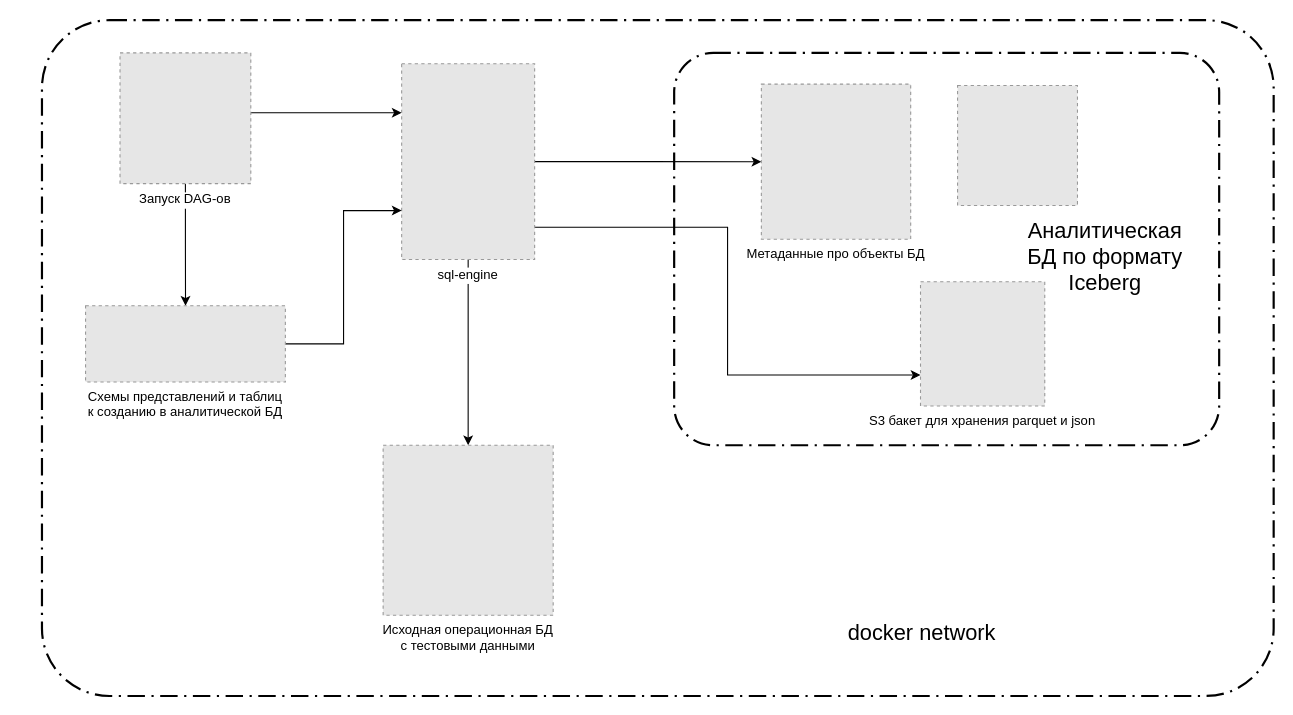
Before: diagram.drawio in artsh8/ice_demo, a draw.io diagram. Source tidied: cells renumbered, new cells numbered last; positions are measured from the earlier drawing's top-left corner, leaving out a move shared by most shapes. Both pictures are drawn from the tidied source at 109%, with x=0, y=0 at pixel (41, 20). Pictures stored in the file or linked from it are replaced by grey dashed boxes.
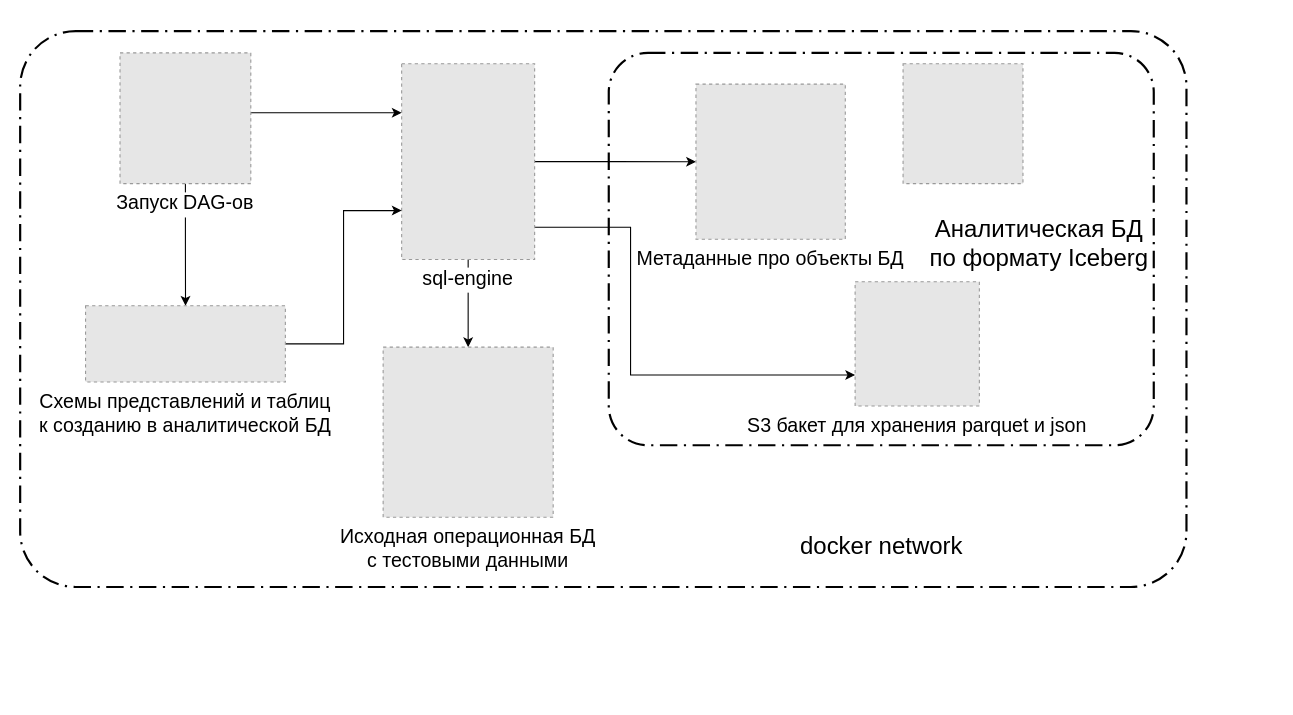
The same diagram, later.

Commit message (it also covers changes not shown here):
Увеличил шрифт на схеме

What changed in the source:
```diff
@@
     <mxCell id="2" style="rounded=1;arcSize=10;dashed=1;strokeColor=#000000;fillColor=none;gradientColor=none;dashPattern=8 3 1 3;strokeWidth=2;whiteSpace=wrap;fontSize=12;" parent="1" vertex="1">
-      <mxGeometry width="1130" height="620" as="geometry" />
+      <mxGeometry x="-20" y="10" width="1070" height="510" as="geometry" />
     </mxCell>
     <mxCell id="3" style="rounded=1;arcSize=10;dashed=1;strokeColor=#000000;fillColor=none;gradientColor=none;dashPattern=8 3 1 3;strokeWidth=2;whiteSpace=wrap;fontSize=12;" parent="1" vertex="1">
-      <mxGeometry x="580" y="30" width="500" height="360" as="geometry" />
+      <mxGeometry x="520" y="30" width="500" height="360" as="geometry" />
     </mxCell>
-    <mxCell id="4" value="S3 бакет для хранения parquet и json" style="fillColor=#E6E6E6;strokeColor=#999999;dashed=1;verticalLabelPosition=bottom;labelBackgroundColor=default;verticalAlign=top;" parent="1" vertex="1">
-      <mxGeometry x="806" y="240" width="114" height="114" as="geometry" />
+    <mxCell id="4" value="S3 бакет для хранения parquet и json" style="fillColor=#E6E6E6;strokeColor=#999999;dashed=1;verticalLabelPosition=bottom;labelBackgroundColor=default;verticalAlign=top;fontSize=18;" parent="1" vertex="1">
+      <mxGeometry x="746" y="240" width="114" height="114" as="geometry" />
     </mxCell>
-    <mxCell id="5" value="&lt;font style=&quot;font-size: 20px;&quot;&gt;docker network&lt;/font&gt;" style="text;html=1;strokeColor=none;fillColor=none;align=center;verticalAlign=middle;whiteSpace=wrap;rounded=0;fontSize=12;" parent="1" vertex="1">
-      <mxGeometry x="730" y="546" width="155" height="30" as="geometry" />
+    <mxCell id="5" value="&lt;font style=&quot;font-size: 22px;&quot;&gt;docker network&lt;/font&gt;" style="text;html=1;strokeColor=none;fillColor=none;align=center;verticalAlign=middle;whiteSpace=wrap;rounded=0;fontSize=12;" parent="1" vertex="1">
+      <mxGeometry x="692.5" y="470" width="155" height="26" as="geometry" />
     </mxCell>
@@
-    <mxCell id="8" value="Запуск DAG-ов" style="fillColor=#E6E6E6;strokeColor=#999999;dashed=1;verticalLabelPosition=bottom;labelBackgroundColor=default;verticalAlign=top;" parent="1" vertex="1">
+    <mxCell id="8" value="Запуск DAG-ов" style="fillColor=#E6E6E6;strokeColor=#999999;dashed=1;verticalLabelPosition=bottom;labelBackgroundColor=default;verticalAlign=top;fontSize=18;" parent="1" vertex="1">
       <mxGeometry x="71.6" y="30" width="120" height="120" as="geometry" />
     </mxCell>
     <mxCell id="9" style="edgeStyle=orthogonalEdgeStyle;rounded=0;jettySize=auto;html=1;entryX=0;entryY=0.75;entryDx=0;entryDy=0;" parent="1" edge="1" source="12" target="4">
       <mxGeometry relative="1" as="geometry">
         <Array as="points">
-          <mxPoint x="629" y="190" />
-          <mxPoint x="629" y="326" />
+          <mxPoint x="540" y="190" />
+          <mxPoint x="540" y="326" />
         </Array>
       </mxGeometry>
     </mxCell>
@@
-    <mxCell id="12" value="sql-engine" style="fillColor=#E6E6E6;strokeColor=#999999;dashed=1;verticalLabelPosition=bottom;labelBackgroundColor=default;verticalAlign=top;" parent="1" vertex="1">
+    <mxCell id="12" value="sql-engine" style="fillColor=#E6E6E6;strokeColor=#999999;dashed=1;verticalLabelPosition=bottom;labelBackgroundColor=default;verticalAlign=top;fontSize=18;" parent="1" vertex="1">
       <mxGeometry x="330" y="40" width="122" height="179.6" as="geometry" />
     </mxCell>
     <mxCell id="13" style="fillColor=#E6E6E6;strokeColor=#999999;dashed=1;verticalLabelPosition=bottom;labelBackgroundColor=default;verticalAlign=top;" parent="1" vertex="1">
-      <mxGeometry x="840" y="60" width="110" height="110" as="geometry" />
+      <mxGeometry x="790" y="40" width="110" height="110" as="geometry" />
     </mxCell>
-    <mxCell id="14" value="Исходная операционная БД&#10;с тестовыми данными" style="fillColor=#E6E6E6;strokeColor=#999999;dashed=1;verticalLabelPosition=bottom;labelBackgroundColor=default;verticalAlign=top;" parent="1" vertex="1">
-      <mxGeometry x="313" y="390" width="156" height="156" as="geometry" />
+    <mxCell id="14" value="Исходная операционная БД&#10;с тестовыми данными" style="fillColor=#E6E6E6;strokeColor=#999999;dashed=1;verticalLabelPosition=bottom;labelBackgroundColor=default;verticalAlign=top;fontSize=18;" parent="1" vertex="1">
+      <mxGeometry x="313" y="300" width="156" height="156" as="geometry" />
     </mxCell>
-    <mxCell id="15" value="Метаданные про объекты БД" style="fillColor=#E6E6E6;strokeColor=#999999;dashed=1;verticalLabelPosition=bottom;labelBackgroundColor=default;verticalAlign=top;" parent="1" vertex="1">
-      <mxGeometry x="660" y="58.7" width="137" height="142.3" as="geometry" />
+    <mxCell id="15" value="Метаданные про объекты БД" style="fillColor=#E6E6E6;strokeColor=#999999;dashed=1;verticalLabelPosition=bottom;labelBackgroundColor=default;verticalAlign=top;fontSize=18;" parent="1" vertex="1">
+      <mxGeometry x="600" y="58.7" width="137" height="142.3" as="geometry" />
     </mxCell>
@@
-    <mxCell id="17" value="Схемы представлений и таблиц&#10;к созданию в аналитической БД" style="fillColor=#E6E6E6;strokeColor=#999999;dashed=1;verticalLabelPosition=bottom;labelBackgroundColor=default;verticalAlign=top;" parent="1" vertex="1">
+    <mxCell id="17" value="Схемы представлений и таблиц&#10;к созданию в аналитической БД" style="fillColor=#E6E6E6;strokeColor=#999999;dashed=1;verticalLabelPosition=bottom;labelBackgroundColor=default;verticalAlign=top;fontSize=18;" parent="1" vertex="1">
       <mxGeometry x="40" y="262" width="183.3" height="70" as="geometry" />
     </mxCell>
-    <mxCell id="18" value="&lt;font style=&quot;font-size: 20px;&quot;&gt;Аналитическая БД по формату Iceberg&lt;/font&gt;" style="text;html=1;strokeColor=none;fillColor=none;align=center;verticalAlign=middle;whiteSpace=wrap;rounded=0;fontSize=12;" parent="1" vertex="1">
-      <mxGeometry x="898" y="200.9" width="155" height="30" as="geometry" />
+    <mxCell id="18" value="&lt;font style=&quot;font-size: 22px;&quot;&gt;Аналитическая БД по формату Iceberg&lt;/font&gt;" style="text;html=1;strokeColor=none;fillColor=none;align=center;verticalAlign=middle;whiteSpace=wrap;rounded=0;fontSize=12;" parent="1" vertex="1">
+      <mxGeometry x="810" y="180" width="210" height="49" as="geometry" />
     </mxCell>
```
